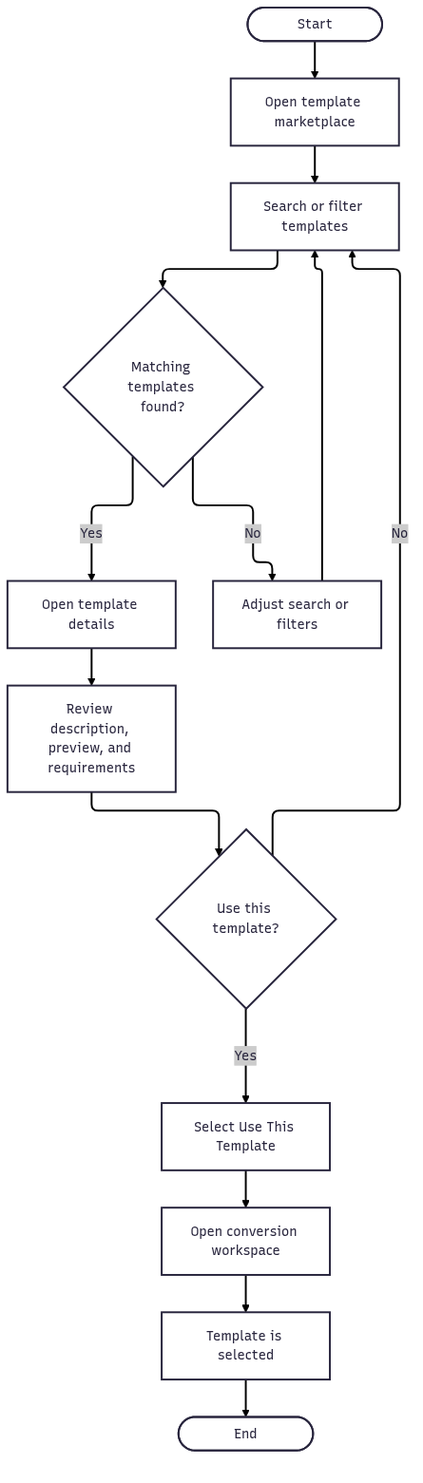
This is Figures/userflow/04-user-browses-template.png from Litho-MD/uet-fyp-docs, a Mermaid export, as it was before one commit. Its source is kept beside it as diagrams/mmd/userflow/04-user-browses-template.mmd. Its diagram source:
```mermaid
---
config:
  theme: redux
  look: classic
---
flowchart TD
    A([Start]) --> B[Open template marketplace]
    B --> C[Search or filter templates]
    C --> D{Matching templates found?}

    D -- No --> E[Adjust search or filters]
    E --> C

    D -- Yes --> F[Open template details]
    F --> G[Review description, preview, and requirements]
    G --> H{Use this template?}

    H -- No --> C
    H -- Yes --> I[Select Use This Template]
    I --> J[Open conversion workspace]
    J --> K[Template is selected]
    K --> L([End])
```
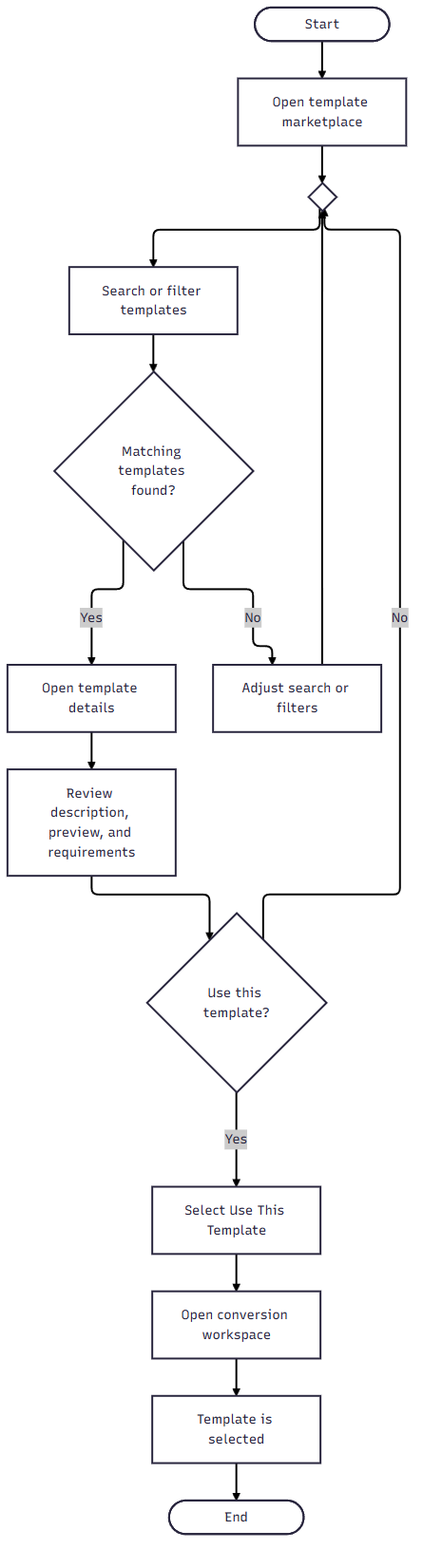
After the change.

What changed in the source:
```diff
@@ -5,17 +5,18 @@
 ---
 flowchart TD
     A([Start]) --> B[Open template marketplace]
-    B --> C[Search or filter templates]
+    B --> M_search{" "}
+    M_search --> C[Search or filter templates]
     C --> D{Matching templates found?}
 
     D -- No --> E[Adjust search or filters]
-    E --> C
+    E --> M_search
 
     D -- Yes --> F[Open template details]
     F --> G[Review description, preview, and requirements]
     G --> H{Use this template?}
 
-    H -- No --> C
+    H -- No --> M_search
     H -- Yes --> I[Select Use This Template]
     I --> J[Open conversion workspace]
     J --> K[Template is selected]
```
